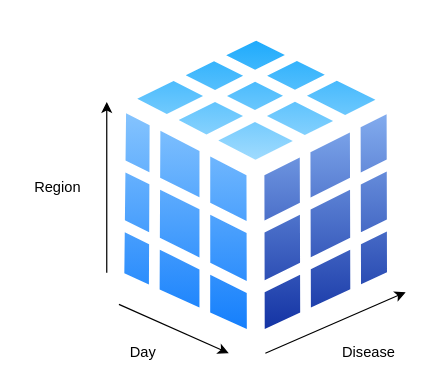
Above: Cube.drawio in myhoan/DatawareHouse-Cube (draw.io), before the change. Source tidied: cells renumbered, new cells numbered last; positions are measured from the earlier drawing's top-left corner, leaving out a move shared by most shapes. Both pictures are drawn from the tidied source at 122%, with x=0, y=0 at pixel (21, 21).
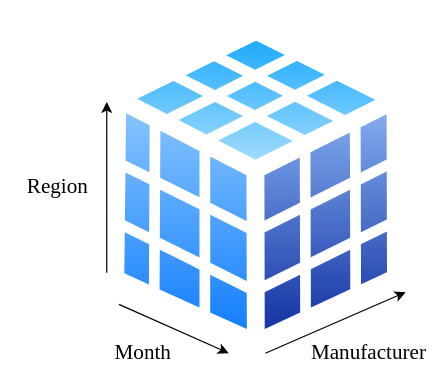
After the change.

Diff of the diagram source:
```diff
@@
 <mxGraphModel>
   <root>
     <mxCell id="0" />
     <mxCell id="1" parent="0" />
     <mxCell id="2" style="perimeter=ellipsePerimeter;html=1;align=center;shadow=0;dashed=0;spacingTop=3;image;image=img/lib/active_directory/database_cube.svg;" parent="1" vertex="1">
       <mxGeometry x="70" width="245" height="272.2" as="geometry" />
     </mxCell>
     <mxCell id="3" style="endArrow=classic;html=1;rounded=0;" parent="1" edge="1">
       <mxGeometry relative="1" as="geometry">
         <mxPoint x="200" y="272" as="sourcePoint" />
         <mxPoint x="315" y="222" as="targetPoint" />
       </mxGeometry>
     </mxCell>
-    <mxCell id="4" value="Disease" style="text;html=1;strokeColor=none;fillColor=none;align=center;verticalAlign=middle;whiteSpace=wrap;rounded=0;" parent="1" vertex="1">
+    <mxCell id="4" value="&lt;span style=&quot;font-size: 13.0pt ; line-height: 107% ; font-family: &amp;#34;times new roman&amp;#34; , serif&quot;&gt;Manufacturer&lt;/span&gt;" style="text;html=1;strokeColor=none;fillColor=none;align=center;verticalAlign=middle;whiteSpace=wrap;rounded=0;" parent="1" vertex="1">
       <mxGeometry x="255" y="257" width="60" height="30" as="geometry" />
     </mxCell>
     <mxCell id="5" style="endArrow=classic;html=1;rounded=0;" parent="1" edge="1">
       <mxGeometry relative="1" as="geometry">
         <mxPoint x="70" y="206.1" as="sourcePoint" />
         <mxPoint x="70" y="66.1" as="targetPoint" />
       </mxGeometry>
     </mxCell>
     <mxCell id="6" style="endArrow=classic;html=1;rounded=0;" parent="1" edge="1">
       <mxGeometry relative="1" as="geometry">
         <mxPoint x="80" y="232" as="sourcePoint" />
         <mxPoint x="170" y="272" as="targetPoint" />
       </mxGeometry>
     </mxCell>
-    <mxCell id="7" value="Day" style="text;html=1;strokeColor=none;fillColor=none;align=center;verticalAlign=middle;whiteSpace=wrap;rounded=0;" parent="1" vertex="1">
+    <mxCell id="7" value="&lt;span style=&quot;font-size: 13.0pt ; line-height: 107% ; font-family: &amp;#34;times new roman&amp;#34; , serif&quot;&gt;Month&lt;/span&gt;" style="text;html=1;strokeColor=none;fillColor=none;align=center;verticalAlign=middle;whiteSpace=wrap;rounded=0;" parent="1" vertex="1">
       <mxGeometry x="70" y="257" width="60" height="30" as="geometry" />
     </mxCell>
-    <mxCell id="8" value="Region" style="text;html=1;strokeColor=none;fillColor=none;align=center;verticalAlign=middle;whiteSpace=wrap;rounded=0;" parent="1" vertex="1">
+    <mxCell id="8" value="&lt;font face=&quot;Times New Roman, serif&quot;&gt;&lt;span style=&quot;font-size: 17.3333px&quot;&gt;Region&lt;/span&gt;&lt;/font&gt;" style="text;html=1;strokeColor=none;fillColor=none;align=center;verticalAlign=middle;whiteSpace=wrap;rounded=0;" parent="1" vertex="1">
       <mxGeometry y="121.1" width="60" height="30" as="geometry" />
     </mxCell>
   </root>
 </mxGraphModel>
```
